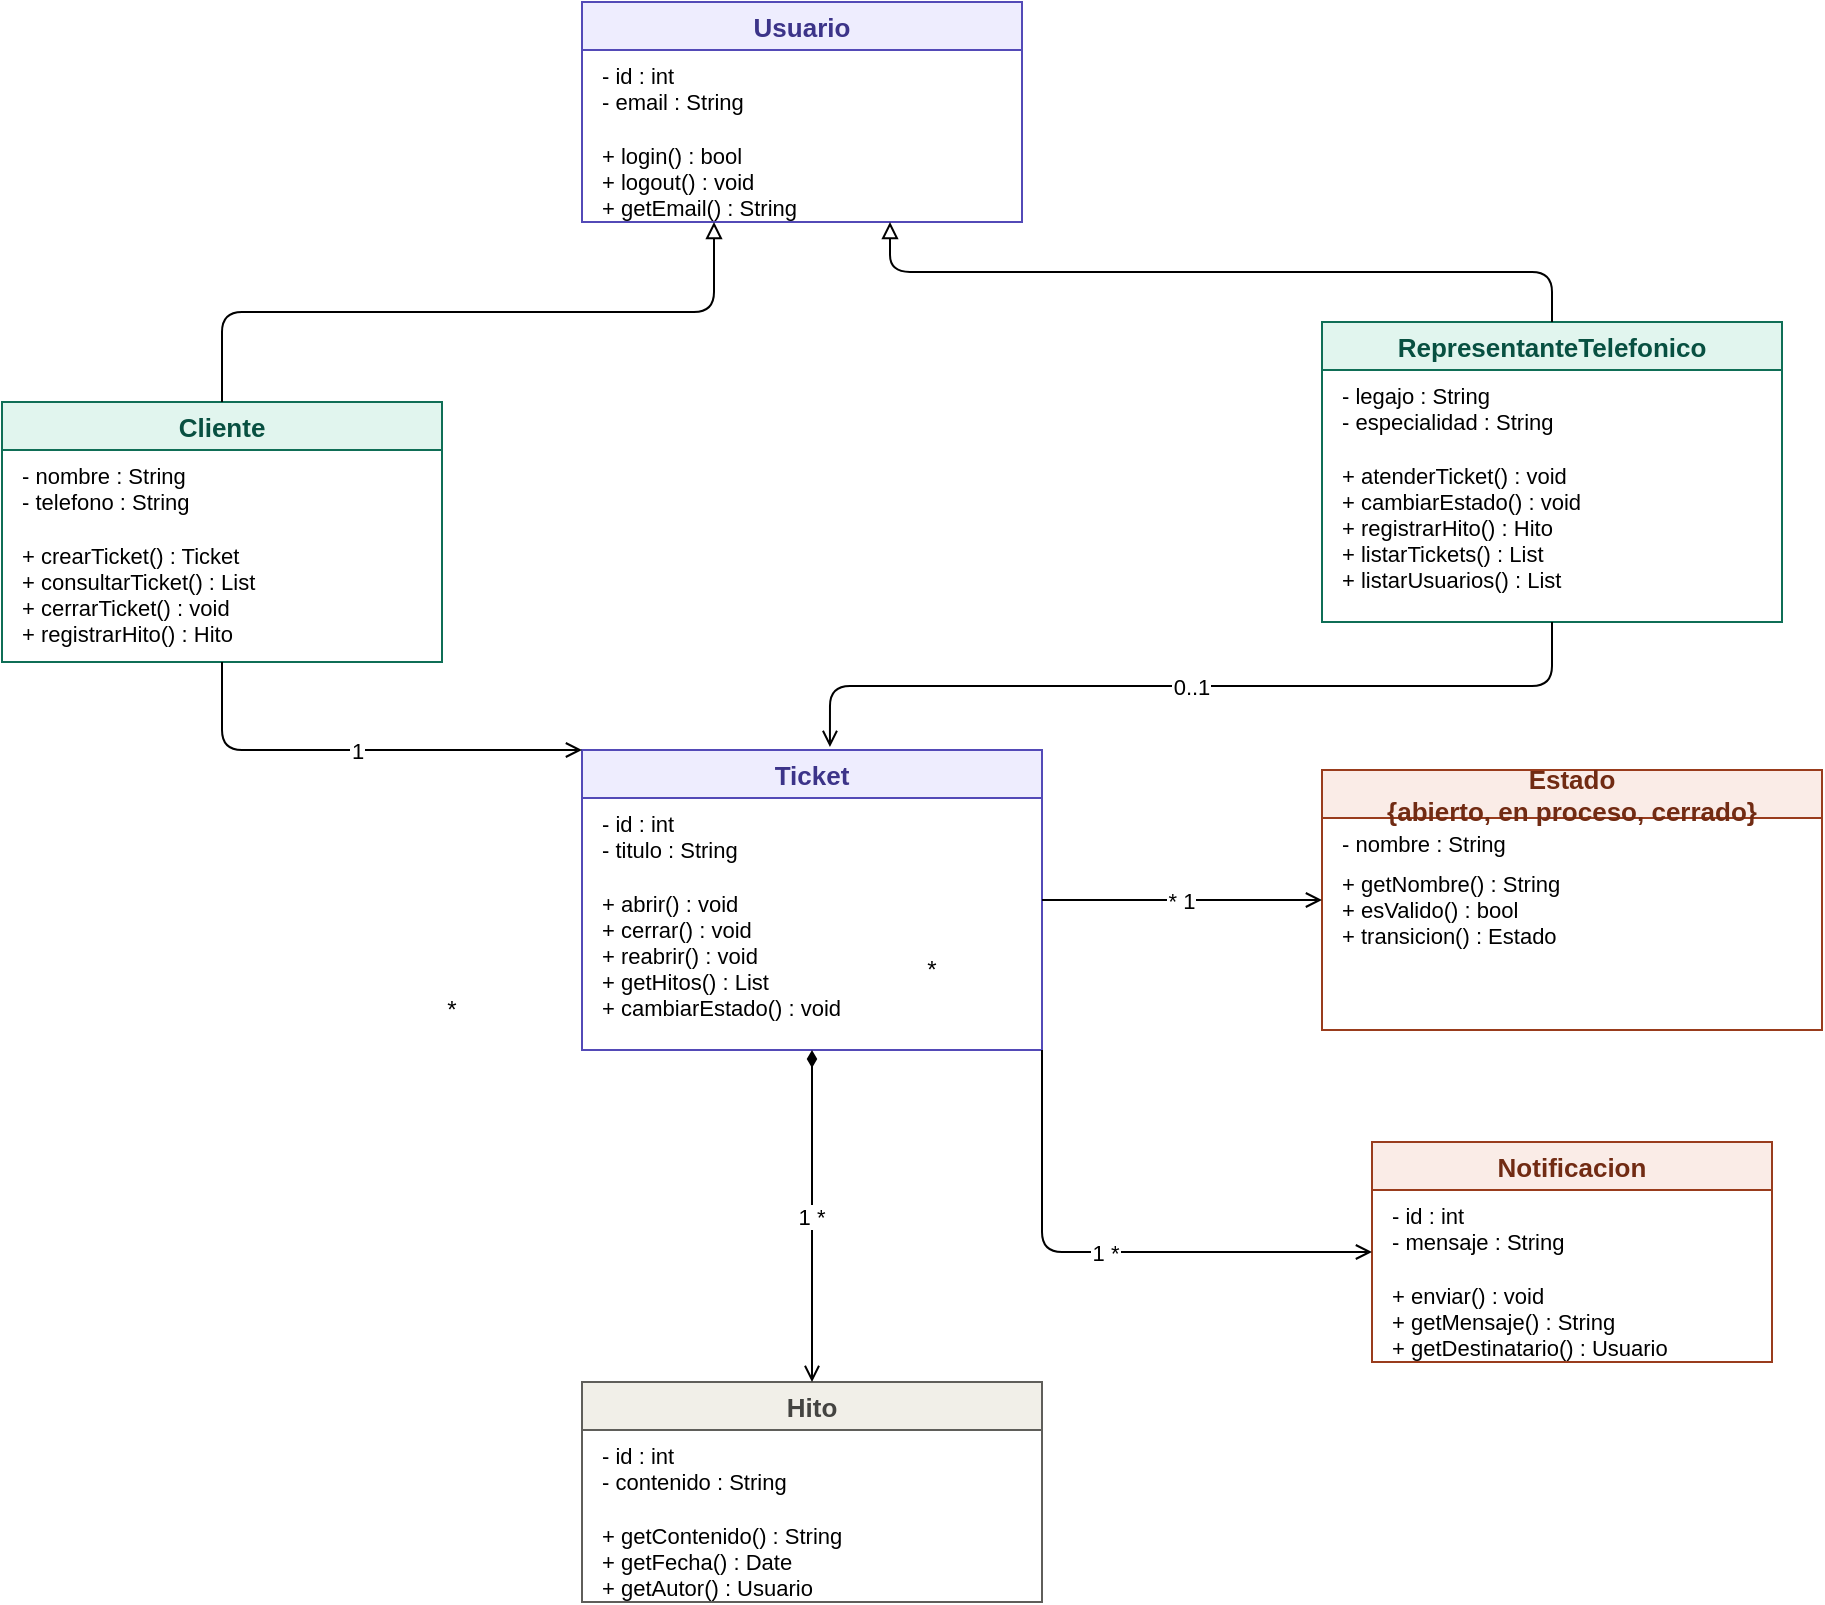
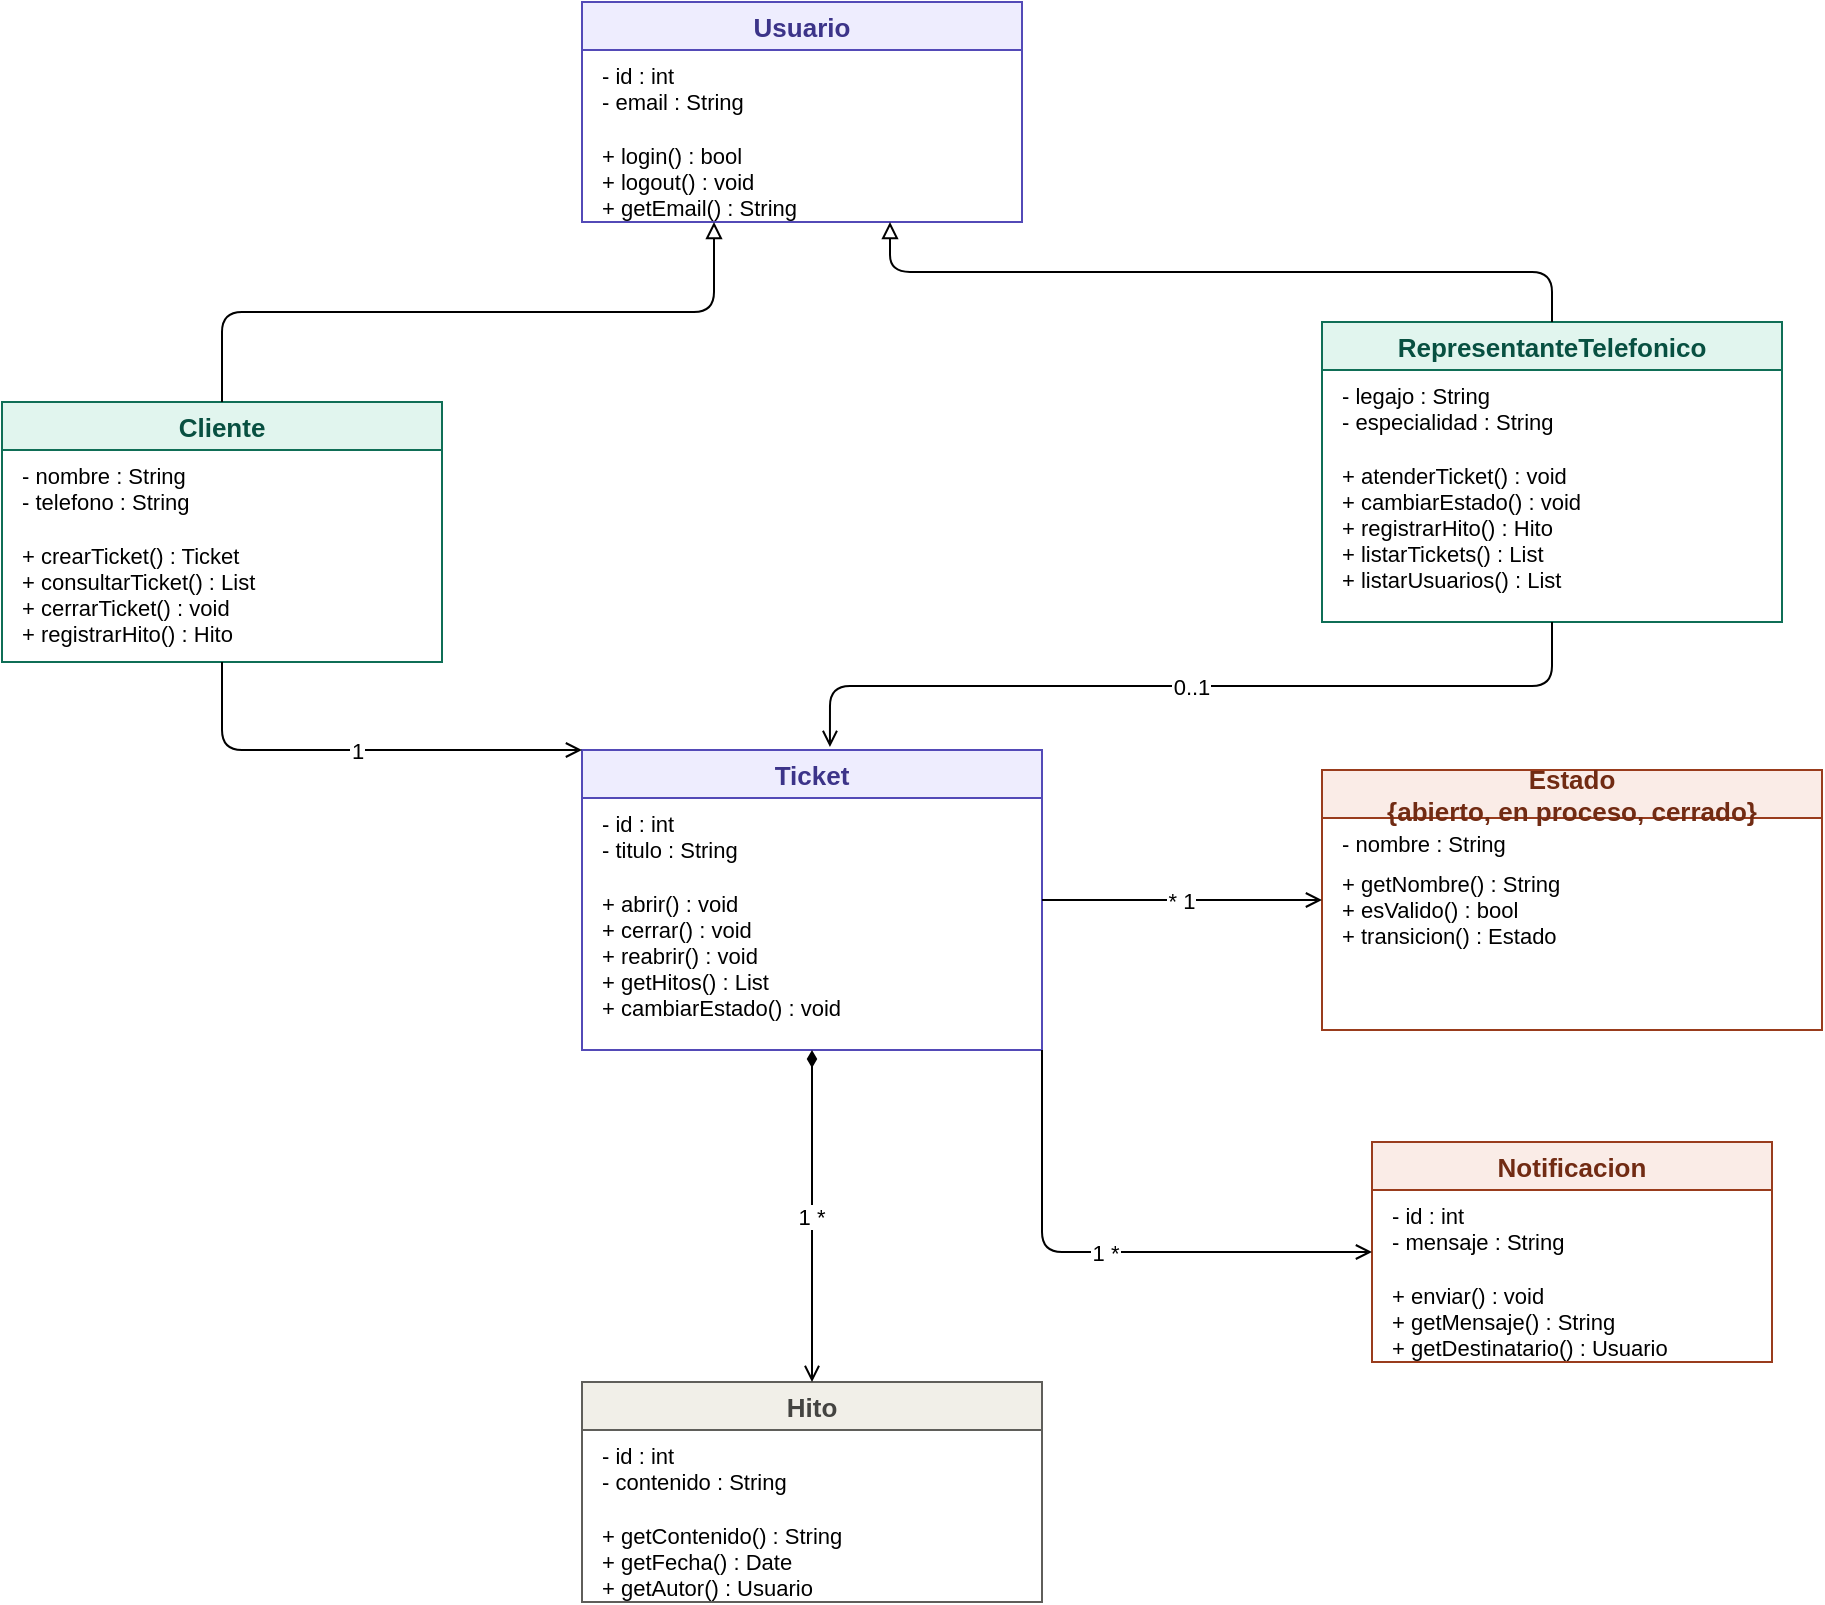
<mxfile host="65bd71144e">
    <diagram id="GkorrW5ESwmd9CS7NYNF" name="Page-1">
-         <mxGraphModel dx="1266" dy="618" grid="1" gridSize="10" guides="1" tooltips="1" connect="1" arrows="1" fold="1" page="1" pageScale="1" pageWidth="1169" pageHeight="827" math="0" shadow="0">
+         <mxGraphModel dx="1456" dy="711" grid="1" gridSize="10" guides="1" tooltips="1" connect="1" arrows="1" fold="1" page="1" pageScale="1" pageWidth="1169" pageHeight="827" math="0" shadow="0">
            <root>
                <mxCell id="0"/>
                <mxCell id="1" parent="0"/>
                <mxCell id="10" value="Usuario" style="swimlane;startSize=24;fontStyle=1;fontSize=13;fillColor=#EEEDFE;strokeColor=#534AB7;fontColor=#3C3489;" parent="1" vertex="1">
                    <mxGeometry x="370" y="40" width="220" height="110" as="geometry"/>
                </mxCell>
                <mxCell id="11" value="- id : int&#xa;- email : String" style="text;strokeColor=none;fillColor=none;align=left;verticalAlign=top;spacingLeft=8;fontSize=11;" parent="10" vertex="1">
                    <mxGeometry y="24" width="220" height="40" as="geometry"/>
                </mxCell>
                <mxCell id="12" value="+ login() : bool&#xa;+ logout() : void&#xa;+ getEmail() : String" style="text;strokeColor=none;fillColor=none;align=left;verticalAlign=top;spacingLeft=8;fontSize=11;" parent="10" vertex="1">
                    <mxGeometry y="64" width="220" height="46" as="geometry"/>
                </mxCell>
                <mxCell id="20" value="Cliente" style="swimlane;startSize=24;fontStyle=1;fontSize=13;fillColor=#E1F5EE;strokeColor=#0F6E56;fontColor=#085041;" parent="1" vertex="1">
                    <mxGeometry x="80" y="240" width="220" height="130" as="geometry"/>
                </mxCell>
                <mxCell id="21" value="- nombre : String&#xa;- telefono : String" style="text;strokeColor=none;fillColor=none;align=left;verticalAlign=top;spacingLeft=8;fontSize=11;" parent="20" vertex="1">
                    <mxGeometry y="24" width="220" height="40" as="geometry"/>
                </mxCell>
                <mxCell id="22" value="+ crearTicket() : Ticket&#xa;+ consultarTicket() : List&#xa;+ cerrarTicket() : void&#xa;+ registrarHito() : Hito" style="text;strokeColor=none;fillColor=none;align=left;verticalAlign=top;spacingLeft=8;fontSize=11;" parent="20" vertex="1">
                    <mxGeometry y="64" width="220" height="66" as="geometry"/>
                </mxCell>
                <mxCell id="30" value="RepresentanteTelefonico" style="swimlane;startSize=24;fontStyle=1;fontSize=13;fillColor=#E1F5EE;strokeColor=#0F6E56;fontColor=#085041;" parent="1" vertex="1">
                    <mxGeometry x="740" y="200" width="230" height="150" as="geometry"/>
                </mxCell>
                <mxCell id="31" value="- legajo : String&#xa;- especialidad : String" style="text;strokeColor=none;fillColor=none;align=left;verticalAlign=top;spacingLeft=8;fontSize=11;" parent="30" vertex="1">
                    <mxGeometry y="24" width="230" height="40" as="geometry"/>
                </mxCell>
                <mxCell id="32" value="+ atenderTicket() : void&#xa;+ cambiarEstado() : void&#xa;+ registrarHito() : Hito&#xa;+ listarTickets() : List&#xa;+ listarUsuarios() : List" style="text;strokeColor=none;fillColor=none;align=left;verticalAlign=top;spacingLeft=8;fontSize=11;" parent="30" vertex="1">
                    <mxGeometry y="64" width="230" height="86" as="geometry"/>
                </mxCell>
                <mxCell id="40" value="Ticket" style="swimlane;startSize=24;fontStyle=1;fontSize=13;fillColor=#EEEDFE;strokeColor=#534AB7;fontColor=#3C3489;" parent="1" vertex="1">
                    <mxGeometry x="370" y="414" width="230" height="150" as="geometry"/>
                </mxCell>
                <mxCell id="41" value="- id : int&#xa;- titulo : String" style="text;strokeColor=none;fillColor=none;align=left;verticalAlign=top;spacingLeft=8;fontSize=11;" parent="40" vertex="1">
                    <mxGeometry y="24" width="230" height="40" as="geometry"/>
                </mxCell>
                <mxCell id="42" value="+ abrir() : void&#xa;+ cerrar() : void&#xa;+ reabrir() : void&#xa;+ getHitos() : List&#xa;+ cambiarEstado() : void" style="text;strokeColor=none;fillColor=none;align=left;verticalAlign=top;spacingLeft=8;fontSize=11;" parent="40" vertex="1">
                    <mxGeometry y="64" width="230" height="86" as="geometry"/>
                </mxCell>
                <mxCell id="50" value="Estado&#xa;{abierto, en proceso, cerrado}" style="swimlane;startSize=24;fontStyle=1;fontSize=13;fillColor=#FAECE7;strokeColor=#993C1D;fontColor=#712B13;" parent="1" vertex="1">
                    <mxGeometry x="740" y="424" width="250" height="130" as="geometry"/>
                </mxCell>
                <mxCell id="51" value="- nombre : String" style="text;strokeColor=none;fillColor=none;align=left;verticalAlign=top;spacingLeft=8;fontSize=11;" parent="50" vertex="1">
                    <mxGeometry y="24" width="200" height="20" as="geometry"/>
                </mxCell>
                <mxCell id="52" value="+ getNombre() : String&#xa;+ esValido() : bool&#xa;+ transicion() : Estado" style="text;strokeColor=none;fillColor=none;align=left;verticalAlign=top;spacingLeft=8;fontSize=11;" parent="50" vertex="1">
                    <mxGeometry y="44" width="200" height="66" as="geometry"/>
                </mxCell>
                <mxCell id="60" value="Hito" style="swimlane;startSize=24;fontStyle=1;fontSize=13;fillColor=#F1EFE8;strokeColor=#5F5E5A;fontColor=#444441;" parent="1" vertex="1">
                    <mxGeometry x="370" y="730" width="230" height="110" as="geometry"/>
                </mxCell>
                <mxCell id="61" value="- id : int&#xa;- contenido : String" style="text;strokeColor=none;fillColor=none;align=left;verticalAlign=top;spacingLeft=8;fontSize=11;" parent="60" vertex="1">
                    <mxGeometry y="24" width="230" height="40" as="geometry"/>
                </mxCell>
                <mxCell id="62" value="+ getContenido() : String&#xa;+ getFecha() : Date&#xa;+ getAutor() : Usuario" style="text;strokeColor=none;fillColor=none;align=left;verticalAlign=top;spacingLeft=8;fontSize=11;" parent="60" vertex="1">
                    <mxGeometry y="64" width="230" height="46" as="geometry"/>
                </mxCell>
                <mxCell id="70" value="Notificacion" style="swimlane;startSize=24;fontStyle=1;fontSize=13;fillColor=#FAECE7;strokeColor=#993C1D;fontColor=#712B13;" parent="1" vertex="1">
                    <mxGeometry x="765" y="610" width="200" height="110" as="geometry"/>
                </mxCell>
                <mxCell id="71" value="- id : int&#xa;- mensaje : String" style="text;strokeColor=none;fillColor=none;align=left;verticalAlign=top;spacingLeft=8;fontSize=11;" parent="70" vertex="1">
                    <mxGeometry y="24" width="200" height="40" as="geometry"/>
                </mxCell>
                <mxCell id="72" value="+ enviar() : void&#xa;+ getMensaje() : String&#xa;+ getDestinatario() : Usuario" style="text;strokeColor=none;fillColor=none;align=left;verticalAlign=top;spacingLeft=8;fontSize=11;" parent="70" vertex="1">
                    <mxGeometry y="64" width="200" height="46" as="geometry"/>
                </mxCell>
                <mxCell id="80" style="edgeStyle=orthogonalEdgeStyle;endArrow=block;endFill=0;startArrow=none;exitX=0.5;exitY=0;exitDx=0;exitDy=0;entryX=0.3;entryY=1;entryDx=0;entryDy=0;" parent="1" source="20" target="10" edge="1">
                    <mxGeometry relative="1" as="geometry"/>
                </mxCell>
                <mxCell id="81" style="edgeStyle=orthogonalEdgeStyle;endArrow=block;endFill=0;startArrow=none;exitX=0.5;exitY=0;exitDx=0;exitDy=0;entryX=0.7;entryY=1;entryDx=0;entryDy=0;" parent="1" source="30" target="10" edge="1">
                    <mxGeometry relative="1" as="geometry"/>
                </mxCell>
                <mxCell id="82" value="1" style="edgeStyle=orthogonalEdgeStyle;endArrow=open;endFill=0;startArrow=none;exitX=0.5;exitY=1;exitDx=0;exitDy=0;entryX=0;entryY=0;entryDx=0;entryDy=0;" parent="1" source="20" target="40" edge="1">
                    <mxGeometry relative="1" as="geometry">
                        <Array as="points">
                            <mxPoint x="190" y="414"/>
                        </Array>
                    </mxGeometry>
                </mxCell>
-                 <mxCell id="82b" value="*" style="text;fontSize=12;align=center;" parent="1" vertex="1">
-                     <mxGeometry x="295" y="530" width="20" height="20" as="geometry"/>
-                 </mxCell>
                <mxCell id="83" value="0..1" style="edgeStyle=orthogonalEdgeStyle;endArrow=open;endFill=0;exitX=0.5;exitY=1;exitDx=0;exitDy=0;entryX=0.539;entryY=-0.01;entryDx=0;entryDy=0;entryPerimeter=0;" parent="1" source="32" target="40" edge="1">
                    <mxGeometry relative="1" as="geometry"/>
-                 </mxCell>
-                 <mxCell id="83b" value="*" style="text;fontSize=12;align=center;" parent="1" vertex="1">
-                     <mxGeometry x="535" y="510" width="20" height="20" as="geometry"/>
                </mxCell>
                <mxCell id="84" value="*                    1" style="edgeStyle=orthogonalEdgeStyle;endArrow=open;endFill=0;exitX=1;exitY=0.5;exitDx=0;exitDy=0;entryX=0;entryY=0.5;entryDx=0;entryDy=0;" parent="1" source="40" target="50" edge="1">
                    <mxGeometry relative="1" as="geometry"/>
                </mxCell>
                <mxCell id="85" value="1                    *" style="edgeStyle=orthogonalEdgeStyle;endArrow=open;endFill=0;startArrow=diamondThin;startFill=1;exitX=0.5;exitY=1;exitDx=0;exitDy=0;entryX=0.5;entryY=0;entryDx=0;entryDy=0;" parent="1" source="40" target="60" edge="1">
                    <mxGeometry relative="1" as="geometry"/>
                </mxCell>
                <mxCell id="86" value="1                    *" style="edgeStyle=orthogonalEdgeStyle;endArrow=open;endFill=0;exitX=1;exitY=1;exitDx=0;exitDy=0;entryX=0;entryY=0.5;entryDx=0;entryDy=0;" parent="1" source="40" target="70" edge="1">
                    <mxGeometry relative="1" as="geometry"/>
                </mxCell>
            </root>
        </mxGraphModel>
    </diagram>
</mxfile>